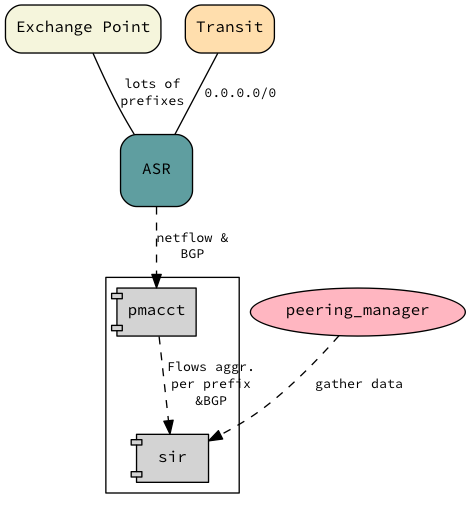
Above: docs/img/how_to_asr_scenario.png in dbarrosop/sir (Graphviz), before the change. Its source is kept beside it as docs/img/how_to_asr_scenario.dot. Source of this version:
```dot
digraph SIR {
    graph [truecolor=True, bgcolor="#ffffff5f"]
    node [shape="box", style="rounded,filled", fontname="Source Code Pro", fontsize=12]
    edge [fontname="Source Code Pro", fontsize=10, style=dashed]

    subgraph network {
      IXP[label="Exchange Point", fillcolor="#F5F5DC"];
      Transit[fillcolor="#FFDEAD"];
      ASR[label="ASR", fillcolor="#5F9EA0", height=0.75, width=0.75];

      Transit -> ASR[label="0.0.0.0/0", dir=none, style=solid];
      IXP -> ASR[label="lots of\nprefixes", dir=none, style=solid];
    }

    subgraph cluster_1 {
      node [shape="component"]
      pmacct;
      sir;
    }
    ASR -> pmacct[label="netflow &\nBGP"]
    pmacct -> sir[label="Flows aggr.\nper prefix\n&BGP"]

    subgraph external {
      node [shape="ellipse"];
      peering_manager[fillcolor="#FFB6C1"];

      peering_manager -> sir[label="gather data"];
    }

}
```
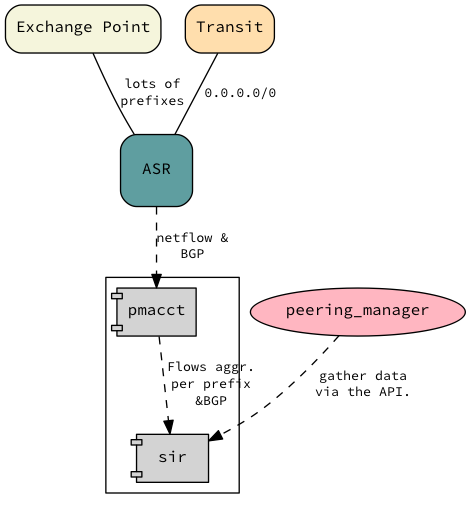
The same file after the commit.

Diff of the diagram source:
```diff
@@ -24,7 +24,7 @@
       node [shape="ellipse"];
       peering_manager[fillcolor="#FFB6C1"];
 
-      peering_manager -> sir[label="gather data"];
+      peering_manager -> sir[label="gather data\nvia the API."];
     }
 
 }
```
